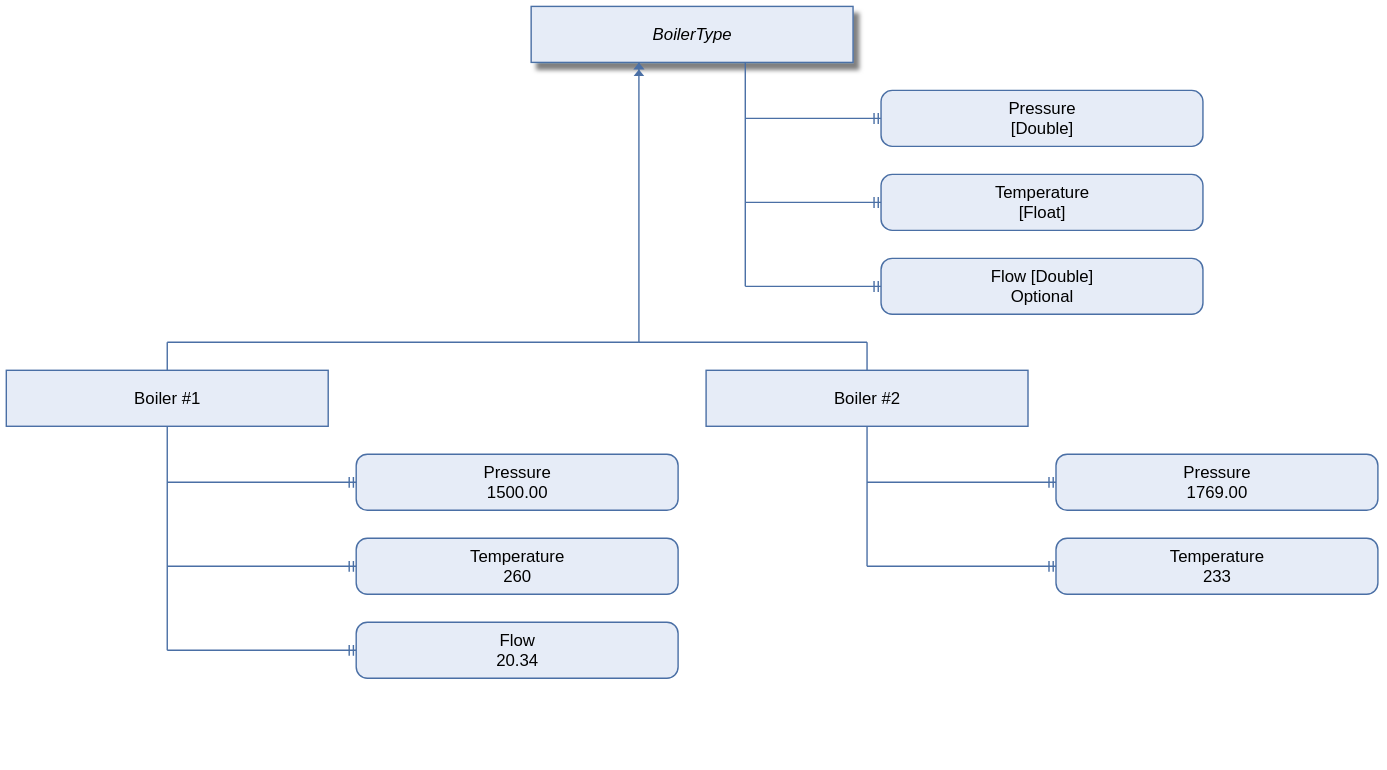
This is example.svg from gergap/opcdiaggen, a PlantUML export, as it was before one commit. Its source is kept beside it as example.puml.
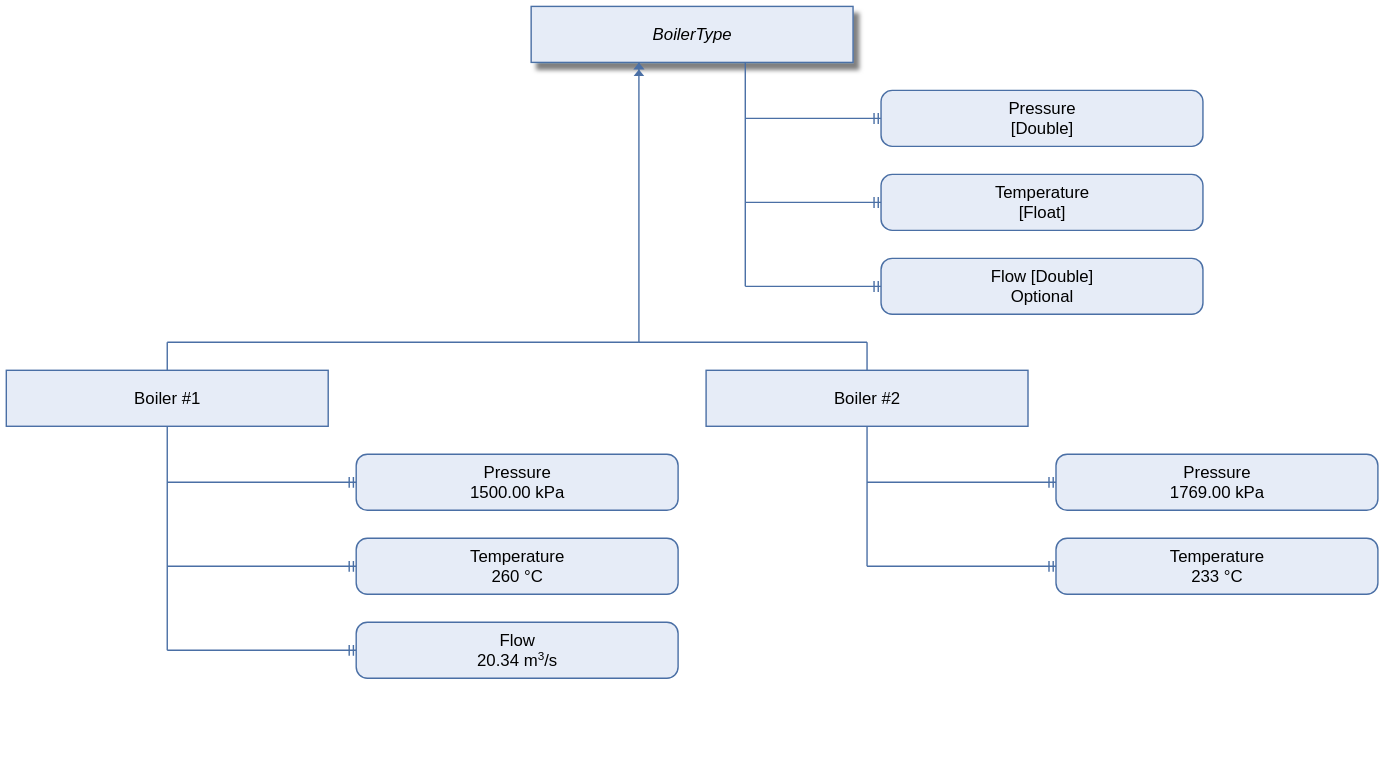
The same diagram one commit later.

Change to the diagram source:
```diff
@@ -6,12 +6,12 @@
 *** var "Flow [Double]\nOptional"
 
 ** obj "Boiler #1"
-*** hasProperty var "Pressure\n1500.00"
-*** hasProperty var "Temperature\n260"
-*** hasProperty var "Flow\n20.34"
+*** hasProperty var "Pressure\n1500.00 kPa"
+*** hasProperty var "Temperature\n260 °C"
+*** hasProperty var "Flow\n20.34 m^3/s"
 
 ** obj "Boiler #2"
-*** hasProperty var "Pressure\n1769.00"
-*** hasProperty var "Temperature\n233"
+*** hasProperty var "Pressure\n1769.00 kPa"
+*** hasProperty var "Temperature\n233 °C"
 
 @endtypesystem
```
